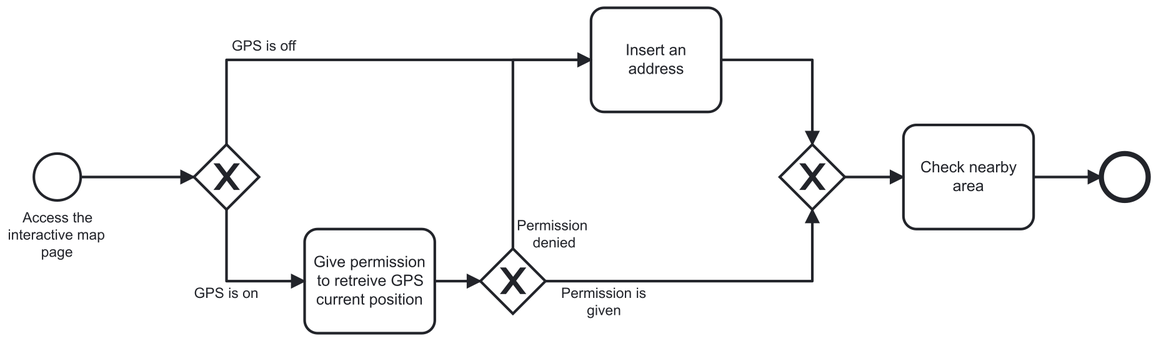
Earlier version of the BPMN export RASD/assets/bpmn/Check area.png (MarcelloDeSalvo/DeSalvoDubiniGrossoni). Its source is kept beside it as RASD/assets/bpmn/Check area.bpmn. Ids are renumbered. The source it was exported from:
```xml
<bpmn:definitions xmlns:xsi="http://www.w3.org/2001/XMLSchema-instance" xmlns:bpmn="http://www.omg.org/spec/BPMN/20100524/MODEL" xmlns:bpmndi="http://www.omg.org/spec/BPMN/20100524/DI" xmlns:dc="http://www.omg.org/spec/DD/20100524/DC" xmlns:di="http://www.omg.org/spec/DD/20100524/DI" id="Definitions_n1" targetNamespace="http://bpmn.io/schema/bpmn" exporter="bpmn-js (https://demo.bpmn.io)" exporterVersion="10.3.0">
  <bpmn:process id="Process_n2" isExecutable="false">
    <bpmn:startEvent id="StartEvent_n3" name="Access the interactive map page">
      <bpmn:outgoing>Flow_n4</bpmn:outgoing>
    </bpmn:startEvent>
    <bpmn:task id="Activity_n5" name="Insert an address">
      <bpmn:incoming>Flow_n6</bpmn:incoming>
      <bpmn:incoming>Flow_n7</bpmn:incoming>
      <bpmn:outgoing>Flow_n8</bpmn:outgoing>
    </bpmn:task>
    <bpmn:task id="Activity_n9" name="Check nearby area">
      <bpmn:incoming>Flow_n10</bpmn:incoming>
      <bpmn:outgoing>Flow_n11</bpmn:outgoing>
    </bpmn:task>
    <bpmn:exclusiveGateway id="Gateway_n12">
      <bpmn:incoming>Flow_n4</bpmn:incoming>
      <bpmn:outgoing>Flow_n6</bpmn:outgoing>
      <bpmn:outgoing>Flow_n13</bpmn:outgoing>
    </bpmn:exclusiveGateway>
    <bpmn:sequenceFlow id="Flow_n4" sourceRef="StartEvent_n3" targetRef="Gateway_n12" />
    <bpmn:sequenceFlow id="Flow_n6" name="GPS is on" sourceRef="Gateway_n12" targetRef="Activity_n5" />
    <bpmn:task id="Activity_n14" name="Give permission&#10;to retreive GPS current position">
      <bpmn:incoming>Flow_n13</bpmn:incoming>
      <bpmn:outgoing>Flow_n15</bpmn:outgoing>
    </bpmn:task>
    <bpmn:sequenceFlow id="Flow_n13" name="GPS is off" sourceRef="Gateway_n12" targetRef="Activity_n14" />
    <bpmn:exclusiveGateway id="Gateway_n16" name="Permission&#10; denied">
      <bpmn:incoming>Flow_n15</bpmn:incoming>
      <bpmn:outgoing>Flow_n7</bpmn:outgoing>
      <bpmn:outgoing>Flow_n17</bpmn:outgoing>
    </bpmn:exclusiveGateway>
    <bpmn:sequenceFlow id="Flow_n15" sourceRef="Activity_n14" targetRef="Gateway_n16" />
    <bpmn:exclusiveGateway id="Gateway_n18">
      <bpmn:incoming>Flow_n8</bpmn:incoming>
      <bpmn:incoming>Flow_n17</bpmn:incoming>
      <bpmn:outgoing>Flow_n10</bpmn:outgoing>
    </bpmn:exclusiveGateway>
    <bpmn:sequenceFlow id="Flow_n7" sourceRef="Gateway_n16" targetRef="Activity_n5" />
    <bpmn:sequenceFlow id="Flow_n8" sourceRef="Activity_n5" targetRef="Gateway_n18" />
    <bpmn:sequenceFlow id="Flow_n17" name="Permission is given" sourceRef="Gateway_n16" targetRef="Gateway_n18" />
    <bpmn:sequenceFlow id="Flow_n10" sourceRef="Gateway_n18" targetRef="Activity_n9" />
    <bpmn:endEvent id="Event_n19">
      <bpmn:incoming>Flow_n11</bpmn:incoming>
    </bpmn:endEvent>
    <bpmn:sequenceFlow id="Flow_n11" sourceRef="Activity_n9" targetRef="Event_n19" />
  </bpmn:process>
  <bpmndi:BPMNDiagram id="BPMNDiagram_1">
    <bpmndi:BPMNPlane id="BPMNPlane_1" bpmnElement="Process_n2">
      <bpmndi:BPMNShape id="_BPMNShape_StartEvent_2" bpmnElement="StartEvent_n3">
        <dc:Bounds x="172" y="192" width="36" height="36" />
        <bpmndi:BPMNLabel>
          <dc:Bounds x="152" y="235" width="76" height="40" />
        </bpmndi:BPMNLabel>
      </bpmndi:BPMNShape>
      <bpmndi:BPMNShape id="Activity_n5_di" bpmnElement="Activity_n5">
        <dc:Bounds x="600" y="80" width="100" height="80" />
        <bpmndi:BPMNLabel />
      </bpmndi:BPMNShape>
      <bpmndi:BPMNShape id="Activity_n9_di" bpmnElement="Activity_n9">
        <dc:Bounds x="840" y="170" width="100" height="80" />
        <bpmndi:BPMNLabel />
      </bpmndi:BPMNShape>
      <bpmndi:BPMNShape id="Gateway_n12_di" bpmnElement="Gateway_n12" isMarkerVisible="true">
        <dc:Bounds x="295" y="185" width="50" height="50" />
      </bpmndi:BPMNShape>
      <bpmndi:BPMNShape id="Activity_n14_di" bpmnElement="Activity_n14">
        <dc:Bounds x="380" y="250" width="100" height="80" />
        <bpmndi:BPMNLabel />
      </bpmndi:BPMNShape>
      <bpmndi:BPMNShape id="Gateway_n16_di" bpmnElement="Gateway_n16" isMarkerVisible="true">
        <dc:Bounds x="515" y="265" width="50" height="50" />
        <bpmndi:BPMNLabel>
          <dc:Bounds x="543" y="241" width="55" height="27" />
        </bpmndi:BPMNLabel>
      </bpmndi:BPMNShape>
      <bpmndi:BPMNShape id="BPMNShape_n20" bpmnElement="Gateway_n18" isMarkerVisible="true">
        <dc:Bounds x="745" y="185" width="50" height="50" />
      </bpmndi:BPMNShape>
      <bpmndi:BPMNShape id="Event_n19_di" bpmnElement="Event_n19">
        <dc:Bounds x="992" y="192" width="36" height="36" />
      </bpmndi:BPMNShape>
      <bpmndi:BPMNEdge id="Flow_n4_di" bpmnElement="Flow_n4">
        <di:waypoint x="208" y="210" />
        <di:waypoint x="295" y="210" />
      </bpmndi:BPMNEdge>
      <bpmndi:BPMNEdge id="Flow_n6_di" bpmnElement="Flow_n6">
        <di:waypoint x="320" y="185" />
        <di:waypoint x="320" y="120" />
        <di:waypoint x="600" y="120" />
        <bpmndi:BPMNLabel>
          <dc:Bounds x="295" y="293" width="50" height="14" />
        </bpmndi:BPMNLabel>
      </bpmndi:BPMNEdge>
      <bpmndi:BPMNEdge id="Flow_n13_di" bpmnElement="Flow_n13">
        <di:waypoint x="320" y="235" />
        <di:waypoint x="320" y="290" />
        <di:waypoint x="380" y="290" />
        <bpmndi:BPMNLabel>
          <dc:Bounds x="324" y="103" width="51" height="14" />
        </bpmndi:BPMNLabel>
      </bpmndi:BPMNEdge>
      <bpmndi:BPMNEdge id="Flow_n15_di" bpmnElement="Flow_n15">
        <di:waypoint x="480" y="290" />
        <di:waypoint x="515" y="290" />
      </bpmndi:BPMNEdge>
      <bpmndi:BPMNEdge id="Flow_n7_di" bpmnElement="Flow_n7">
        <di:waypoint x="540" y="265" />
        <di:waypoint x="540" y="120" />
        <di:waypoint x="600" y="120" />
      </bpmndi:BPMNEdge>
      <bpmndi:BPMNEdge id="Flow_n8_di" bpmnElement="Flow_n8">
        <di:waypoint x="700" y="120" />
        <di:waypoint x="770" y="120" />
        <di:waypoint x="770" y="185" />
      </bpmndi:BPMNEdge>
      <bpmndi:BPMNEdge id="Flow_n17_di" bpmnElement="Flow_n17">
        <di:waypoint x="565" y="290" />
        <di:waypoint x="770" y="290" />
        <di:waypoint x="770" y="235" />
        <bpmndi:BPMNLabel>
          <dc:Bounds x="577" y="293" width="66" height="27" />
        </bpmndi:BPMNLabel>
      </bpmndi:BPMNEdge>
      <bpmndi:BPMNEdge id="Flow_n10_di" bpmnElement="Flow_n10">
        <di:waypoint x="795" y="210" />
        <di:waypoint x="840" y="210" />
      </bpmndi:BPMNEdge>
      <bpmndi:BPMNEdge id="Flow_n11_di" bpmnElement="Flow_n11">
        <di:waypoint x="940" y="210" />
        <di:waypoint x="992" y="210" />
      </bpmndi:BPMNEdge>
    </bpmndi:BPMNPlane>
  </bpmndi:BPMNDiagram>
</bpmn:definitions>
```
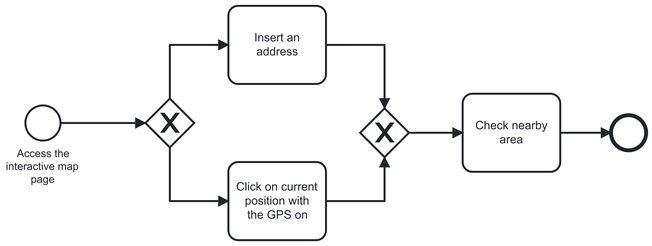
Later version of the same file.

What changed in the source:
```diff
@@ -1,11 +1,10 @@
-<bpmn:definitions xmlns:xsi="http://www.w3.org/2001/XMLSchema-instance" xmlns:bpmn="http://www.omg.org/spec/BPMN/20100524/MODEL" xmlns:bpmndi="http://www.omg.org/spec/BPMN/20100524/DI" xmlns:dc="http://www.omg.org/spec/DD/20100524/DC" xmlns:di="http://www.omg.org/spec/DD/20100524/DI" id="Definitions_n1" targetNamespace="http://bpmn.io/schema/bpmn" exporter="bpmn-js (https://demo.bpmn.io)" exporterVersion="10.3.0">
+<bpmn:definitions xmlns:xsi="http://www.w3.org/2001/XMLSchema-instance" xmlns:bpmn="http://www.omg.org/spec/BPMN/20100524/MODEL" xmlns:bpmndi="http://www.omg.org/spec/BPMN/20100524/DI" xmlns:dc="http://www.omg.org/spec/DD/20100524/DC" xmlns:di="http://www.omg.org/spec/DD/20100524/DI" id="Definitions_n1" targetNamespace="http://bpmn.io/schema/bpmn" exporter="bpmn-js (https://demo.bpmn.io)" exporterVersion="11.1.0">
   <bpmn:process id="Process_n2" isExecutable="false">
     <bpmn:startEvent id="StartEvent_n3" name="Access the interactive map page">
       <bpmn:outgoing>Flow_n4</bpmn:outgoing>
     </bpmn:startEvent>
     <bpmn:task id="Activity_n5" name="Insert an address">
       <bpmn:incoming>Flow_n6</bpmn:incoming>
-      <bpmn:incoming>Flow_n7</bpmn:incoming>
       <bpmn:outgoing>Flow_n8</bpmn:outgoing>
     </bpmn:task>
     <bpmn:task id="Activity_n9" name="Check nearby area">
@@ -18,26 +17,19 @@
       <bpmn:outgoing>Flow_n13</bpmn:outgoing>
     </bpmn:exclusiveGateway>
     <bpmn:sequenceFlow id="Flow_n4" sourceRef="StartEvent_n3" targetRef="Gateway_n12" />
-    <bpmn:sequenceFlow id="Flow_n6" name="GPS is on" sourceRef="Gateway_n12" targetRef="Activity_n5" />
-    <bpmn:task id="Activity_n14" name="Give permission&#10;to retreive GPS current position">
+    <bpmn:sequenceFlow id="Flow_n6" sourceRef="Gateway_n12" targetRef="Activity_n5" />
+    <bpmn:task id="Activity_n14" name="Click on current position with the GPS on">
       <bpmn:incoming>Flow_n13</bpmn:incoming>
       <bpmn:outgoing>Flow_n15</bpmn:outgoing>
     </bpmn:task>
-    <bpmn:sequenceFlow id="Flow_n13" name="GPS is off" sourceRef="Gateway_n12" targetRef="Activity_n14" />
-    <bpmn:exclusiveGateway id="Gateway_n16" name="Permission&#10; denied">
-      <bpmn:incoming>Flow_n15</bpmn:incoming>
-      <bpmn:outgoing>Flow_n7</bpmn:outgoing>
-      <bpmn:outgoing>Flow_n17</bpmn:outgoing>
-    </bpmn:exclusiveGateway>
-    <bpmn:sequenceFlow id="Flow_n15" sourceRef="Activity_n14" targetRef="Gateway_n16" />
+    <bpmn:sequenceFlow id="Flow_n13" sourceRef="Gateway_n12" targetRef="Activity_n14" />
+    <bpmn:sequenceFlow id="Flow_n15" sourceRef="Activity_n14" targetRef="Gateway_n18" />
     <bpmn:exclusiveGateway id="Gateway_n18">
       <bpmn:incoming>Flow_n8</bpmn:incoming>
-      <bpmn:incoming>Flow_n17</bpmn:incoming>
+      <bpmn:incoming>Flow_n15</bpmn:incoming>
       <bpmn:outgoing>Flow_n10</bpmn:outgoing>
     </bpmn:exclusiveGateway>
-    <bpmn:sequenceFlow id="Flow_n7" sourceRef="Gateway_n16" targetRef="Activity_n5" />
     <bpmn:sequenceFlow id="Flow_n8" sourceRef="Activity_n5" targetRef="Gateway_n18" />
-    <bpmn:sequenceFlow id="Flow_n17" name="Permission is given" sourceRef="Gateway_n16" targetRef="Gateway_n18" />
     <bpmn:sequenceFlow id="Flow_n10" sourceRef="Gateway_n18" targetRef="Activity_n9" />
     <bpmn:endEvent id="Event_n19">
       <bpmn:incoming>Flow_n11</bpmn:incoming>
@@ -52,14 +44,6 @@
           <dc:Bounds x="152" y="235" width="76" height="40" />
         </bpmndi:BPMNLabel>
       </bpmndi:BPMNShape>
-      <bpmndi:BPMNShape id="Activity_n5_di" bpmnElement="Activity_n5">
-        <dc:Bounds x="600" y="80" width="100" height="80" />
-        <bpmndi:BPMNLabel />
-      </bpmndi:BPMNShape>
-      <bpmndi:BPMNShape id="Activity_n9_di" bpmnElement="Activity_n9">
-        <dc:Bounds x="840" y="170" width="100" height="80" />
-        <bpmndi:BPMNLabel />
-      </bpmndi:BPMNShape>
       <bpmndi:BPMNShape id="Gateway_n12_di" bpmnElement="Gateway_n12" isMarkerVisible="true">
         <dc:Bounds x="295" y="185" width="50" height="50" />
       </bpmndi:BPMNShape>
@@ -67,17 +51,19 @@
         <dc:Bounds x="380" y="250" width="100" height="80" />
         <bpmndi:BPMNLabel />
       </bpmndi:BPMNShape>
-      <bpmndi:BPMNShape id="Gateway_n16_di" bpmnElement="Gateway_n16" isMarkerVisible="true">
-        <dc:Bounds x="515" y="265" width="50" height="50" />
-        <bpmndi:BPMNLabel>
-          <dc:Bounds x="543" y="241" width="55" height="27" />
-        </bpmndi:BPMNLabel>
+      <bpmndi:BPMNShape id="Activity_n5_di" bpmnElement="Activity_n5">
+        <dc:Bounds x="380" y="90" width="100" height="80" />
+        <bpmndi:BPMNLabel />
       </bpmndi:BPMNShape>
       <bpmndi:BPMNShape id="BPMNShape_n20" bpmnElement="Gateway_n18" isMarkerVisible="true">
-        <dc:Bounds x="745" y="185" width="50" height="50" />
+        <dc:Bounds x="515" y="195" width="50" height="50" />
+      </bpmndi:BPMNShape>
+      <bpmndi:BPMNShape id="Activity_n9_di" bpmnElement="Activity_n9">
+        <dc:Bounds x="620" y="180" width="100" height="80" />
+        <bpmndi:BPMNLabel />
       </bpmndi:BPMNShape>
       <bpmndi:BPMNShape id="Event_n19_di" bpmnElement="Event_n19">
-        <dc:Bounds x="992" y="192" width="36" height="36" />
+        <dc:Bounds x="772" y="202" width="36" height="36" />
       </bpmndi:BPMNShape>
       <bpmndi:BPMNEdge id="Flow_n4_di" bpmnElement="Flow_n4">
         <di:waypoint x="208" y="210" />
@@ -85,8 +71,8 @@
       </bpmndi:BPMNEdge>
       <bpmndi:BPMNEdge id="Flow_n6_di" bpmnElement="Flow_n6">
         <di:waypoint x="320" y="185" />
-        <di:waypoint x="320" y="120" />
-        <di:waypoint x="600" y="120" />
+        <di:waypoint x="320" y="130" />
+        <di:waypoint x="380" y="130" />
         <bpmndi:BPMNLabel>
           <dc:Bounds x="295" y="293" width="50" height="14" />
         </bpmndi:BPMNLabel>
@@ -101,33 +87,21 @@
       </bpmndi:BPMNEdge>
       <bpmndi:BPMNEdge id="Flow_n15_di" bpmnElement="Flow_n15">
         <di:waypoint x="480" y="290" />
-        <di:waypoint x="515" y="290" />
-      </bpmndi:BPMNEdge>
-      <bpmndi:BPMNEdge id="Flow_n7_di" bpmnElement="Flow_n7">
-        <di:waypoint x="540" y="265" />
-        <di:waypoint x="540" y="120" />
-        <di:waypoint x="600" y="120" />
+        <di:waypoint x="540" y="290" />
+        <di:waypoint x="540" y="245" />
       </bpmndi:BPMNEdge>
       <bpmndi:BPMNEdge id="Flow_n8_di" bpmnElement="Flow_n8">
-        <di:waypoint x="700" y="120" />
-        <di:waypoint x="770" y="120" />
-        <di:waypoint x="770" y="185" />
-      </bpmndi:BPMNEdge>
-      <bpmndi:BPMNEdge id="Flow_n17_di" bpmnElement="Flow_n17">
-        <di:waypoint x="565" y="290" />
-        <di:waypoint x="770" y="290" />
-        <di:waypoint x="770" y="235" />
-        <bpmndi:BPMNLabel>
-          <dc:Bounds x="577" y="293" width="66" height="27" />
-        </bpmndi:BPMNLabel>
+        <di:waypoint x="480" y="130" />
+        <di:waypoint x="540" y="130" />
+        <di:waypoint x="540" y="195" />
       </bpmndi:BPMNEdge>
       <bpmndi:BPMNEdge id="Flow_n10_di" bpmnElement="Flow_n10">
-        <di:waypoint x="795" y="210" />
-        <di:waypoint x="840" y="210" />
+        <di:waypoint x="565" y="220" />
+        <di:waypoint x="620" y="220" />
       </bpmndi:BPMNEdge>
       <bpmndi:BPMNEdge id="Flow_n11_di" bpmnElement="Flow_n11">
-        <di:waypoint x="940" y="210" />
-        <di:waypoint x="992" y="210" />
+        <di:waypoint x="720" y="220" />
+        <di:waypoint x="772" y="220" />
       </bpmndi:BPMNEdge>
     </bpmndi:BPMNPlane>
   </bpmndi:BPMNDiagram>
```
